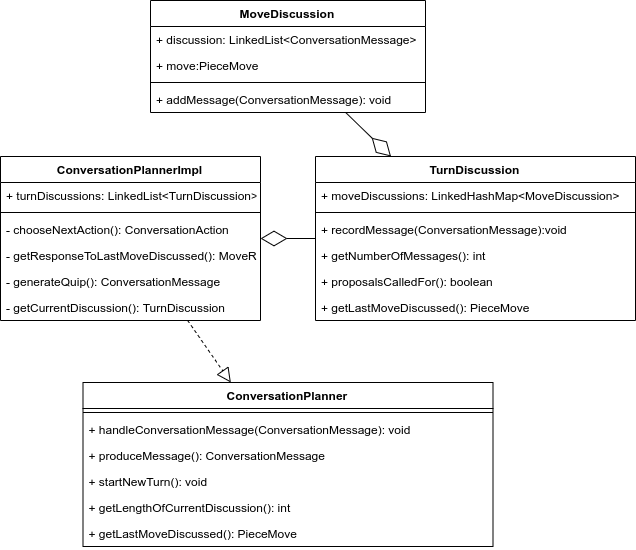
Earlier version of the draw.io export Docs/report/images/movediscussion.png (TheDuckGoesQuark/UnconventionalChess). Source tidied: cells renumbered, new cells last; positions are measured from the earlier drawing's top-left corner, leaving out a move shared by most shapes.
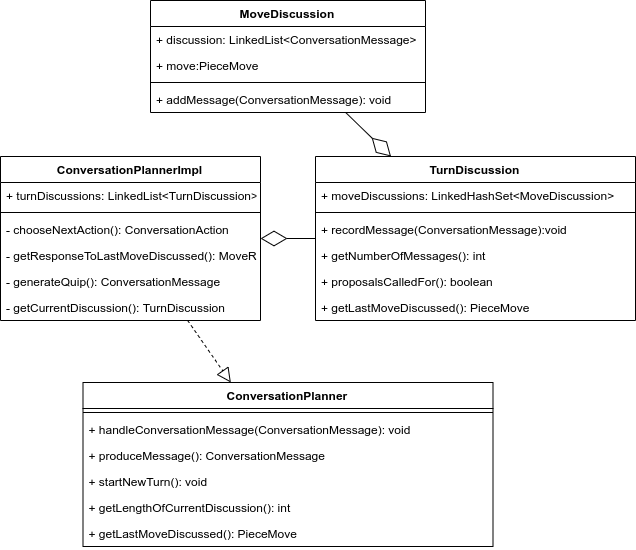
The same file after the commit.

The edit, as a diff of the source:
```diff
@@ -5,7 +5,7 @@
     <mxCell id="2" value="TurnDiscussion" style="swimlane;fontStyle=1;align=center;verticalAlign=top;horizontal=1;startSize=26;" parent="1" vertex="1">
       <mxGeometry x="315" y="156" width="320" height="164" as="geometry" />
     </mxCell>
-    <mxCell id="3" value="+ moveDiscussions: LinkedHashMap&lt;MoveDiscussion&gt;" style="text;strokeColor=none;fillColor=none;align=left;verticalAlign=top;spacingLeft=4;spacingRight=4;overflow=hidden;" parent="2" vertex="1">
+    <mxCell id="3" value="+ moveDiscussions: LinkedHashSet&lt;MoveDiscussion&gt;" style="text;strokeColor=none;fillColor=none;align=left;verticalAlign=top;spacingLeft=4;spacingRight=4;overflow=hidden;" parent="2" vertex="1">
       <mxGeometry y="26" width="320" height="26" as="geometry" />
     </mxCell>
     <mxCell id="4" style="line;strokeWidth=1;fillColor=none;align=left;verticalAlign=middle;spacingTop=-1;spacingLeft=3;spacingRight=3;labelPosition=right;" parent="2" vertex="1">
```
